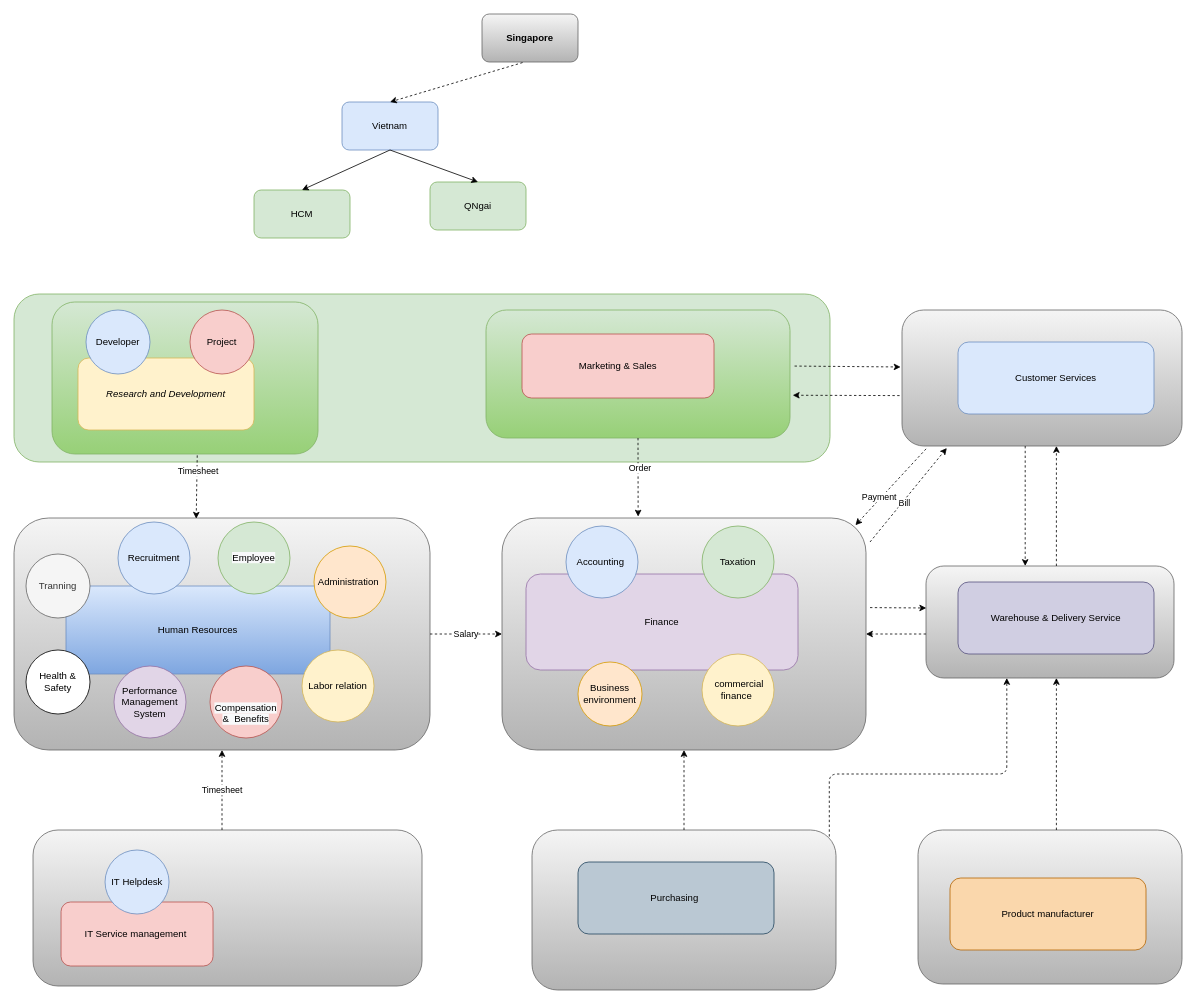
letrthong/business keeps this draw.io diagram as page "Org_Chart" (1 of 3) of 04_docs/Department_Organizational_chart.drawio. Above is the earlier version. Source tidied: cells renumbered, new cells numbered last; positions are measured from the earlier drawing's top-left corner, leaving out a move shared by most shapes. Both pictures are drawn from the tidied source at 80%, with x=0, y=0 at pixel (14, 14).
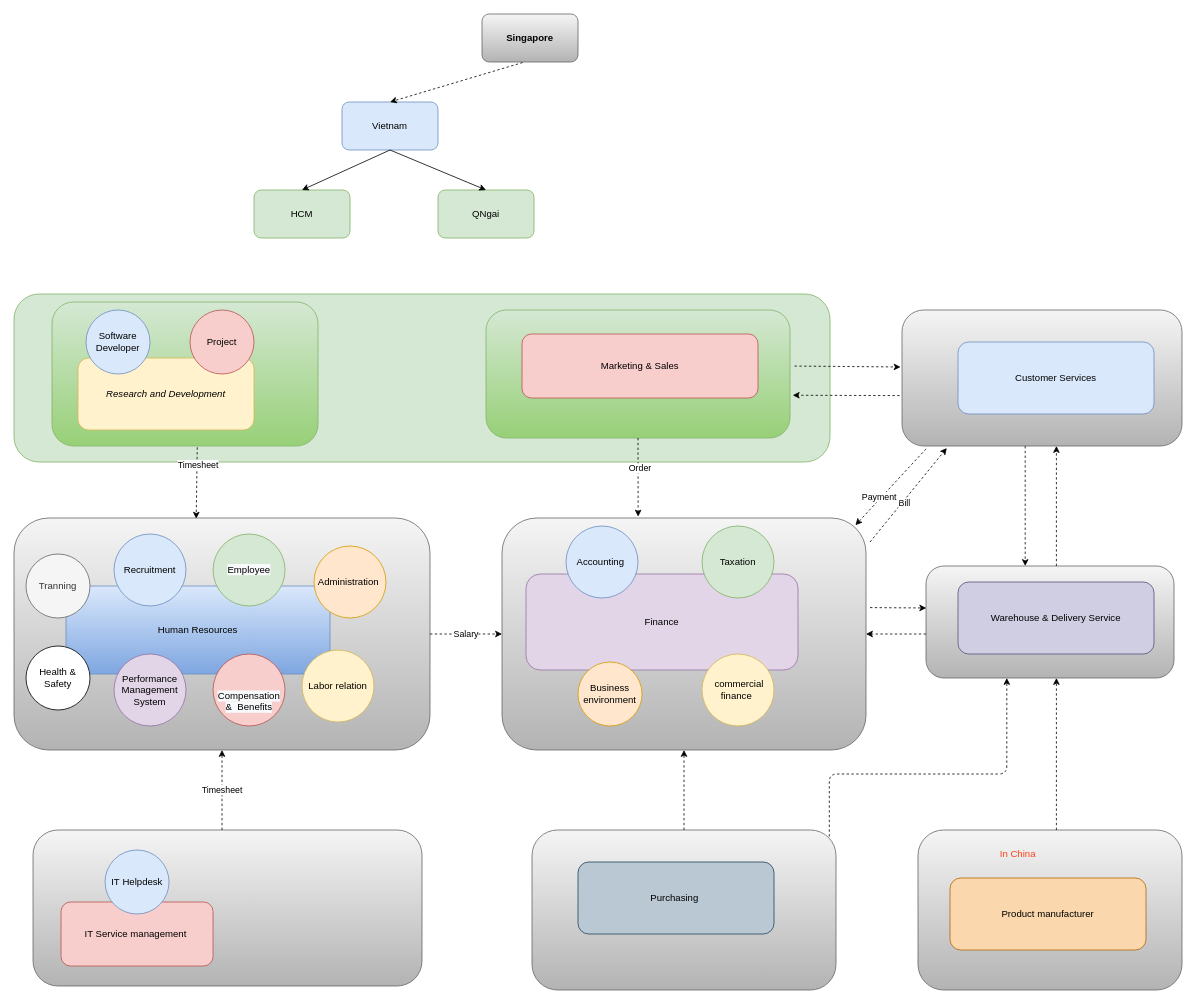
The same page after the edit.

Change to the diagram source:
```diff
@@
     <mxCell id="3" style="rounded=1;whiteSpace=wrap;html=1;gradientColor=#b3b3b3;fillColor=#f5f5f5;strokeColor=#666666;arcSize=16;" parent="1" vertex="1">
-      <mxGeometry x="1130" y="1020" width="330" height="192.5" as="geometry" />
+      <mxGeometry x="1130" y="1020" width="330" height="200" as="geometry" />
     </mxCell>
@@
     <mxCell id="9" style="rounded=1;whiteSpace=wrap;html=1;gradientColor=#97d077;fillColor=#d5e8d4;strokeColor=#82b366;" parent="1" vertex="1">
-      <mxGeometry x="47.5" y="360" width="332.5" height="190" as="geometry" />
+      <mxGeometry x="47.5" y="360" width="332.5" height="180" as="geometry" />
     </mxCell>
@@
     <mxCell id="13" value="QNgai" style="rounded=1;whiteSpace=wrap;html=1;fillColor=#d5e8d4;strokeColor=#82b366;" parent="1" vertex="1">
-      <mxGeometry x="520" y="210" width="120" height="60" as="geometry" />
+      <mxGeometry x="530" y="220" width="120" height="60" as="geometry" />
     </mxCell>
@@
     <mxCell id="21" value="Marketing &amp;amp; Sales" style="rounded=1;whiteSpace=wrap;html=1;fillColor=#f8cecc;strokeColor=#b85450;" parent="1" vertex="1">
-      <mxGeometry x="635" y="400" width="240" height="80" as="geometry" />
+      <mxGeometry x="635" y="400" width="295" height="80" as="geometry" />
     </mxCell>
@@
     <mxCell id="23" value="&lt;span&gt;Recruitment&lt;/span&gt;" style="ellipse;whiteSpace=wrap;html=1;fillColor=#dae8fc;strokeColor=#6c8ebf;" parent="1" vertex="1">
-      <mxGeometry x="130" y="635" width="90" height="90" as="geometry" />
+      <mxGeometry x="125" y="650" width="90" height="90" as="geometry" />
     </mxCell>
     <mxCell id="24" value="&#10;&#10;&lt;span style=&quot;color: rgb(0, 0, 0); font-family: helvetica; font-size: 12px; font-style: normal; font-weight: 400; letter-spacing: normal; text-align: center; text-indent: 0px; text-transform: none; word-spacing: 0px; background-color: rgb(248, 249, 250); display: inline; float: none;&quot;&gt;Employee&lt;/span&gt;&#10;&#10;" style="ellipse;whiteSpace=wrap;html=1;fillColor=#d5e8d4;strokeColor=#82b366;" parent="1" vertex="1">
-      <mxGeometry x="255" y="635" width="90" height="90" as="geometry" />
+      <mxGeometry x="248.8" y="650" width="90" height="90" as="geometry" />
     </mxCell>
     <mxCell id="25" value="Health &amp;amp; Safety" style="ellipse;whiteSpace=wrap;html=1;" parent="1" vertex="1">
-      <mxGeometry x="15" y="795" width="80" height="80" as="geometry" />
+      <mxGeometry x="15" y="790" width="80" height="80" as="geometry" />
     </mxCell>
     <mxCell id="26" value="Performance Management System" style="ellipse;whiteSpace=wrap;html=1;fillColor=#e1d5e7;strokeColor=#9673a6;" parent="1" vertex="1">
-      <mxGeometry x="125" y="815" width="90" height="90" as="geometry" />
+      <mxGeometry x="125" y="800" width="90" height="90" as="geometry" />
     </mxCell>
@@
     <mxCell id="29" value="&lt;br&gt;&lt;br&gt;&lt;span style=&quot;color: rgb(0 , 0 , 0) ; font-family: &amp;#34;helvetica&amp;#34; ; font-size: 12px ; font-style: normal ; font-weight: 400 ; letter-spacing: normal ; text-align: center ; text-indent: 0px ; text-transform: none ; word-spacing: 0px ; background-color: rgb(248 , 249 , 250) ; display: inline ; float: none&quot;&gt;Compensation &amp;amp;&amp;nbsp; Benefits&lt;/span&gt;" style="ellipse;whiteSpace=wrap;html=1;fillColor=#f8cecc;strokeColor=#b85450;" parent="1" vertex="1">
-      <mxGeometry x="245" y="815" width="90" height="90" as="geometry" />
+      <mxGeometry x="248.8" y="800" width="90" height="90" as="geometry" />
     </mxCell>
@@
-    <mxCell id="34" value="&lt;span&gt;Developer&lt;/span&gt;" style="ellipse;whiteSpace=wrap;html=1;fillColor=#dae8fc;strokeColor=#6c8ebf;" parent="1" vertex="1">
+    <mxCell id="34" value="&lt;span&gt;Software Developer&lt;/span&gt;" style="ellipse;whiteSpace=wrap;html=1;fillColor=#dae8fc;strokeColor=#6c8ebf;" parent="1" vertex="1">
       <mxGeometry x="90" y="370" width="80" height="80" as="geometry" />
     </mxCell>
@@
+    <mxCell id="62" value="&lt;font color=&quot;#ff4019&quot;&gt;In China&lt;/font&gt;" style="text;html=1;strokeColor=none;fillColor=none;align=center;verticalAlign=middle;whiteSpace=wrap;rounded=0;" parent="1" vertex="1">
+      <mxGeometry x="1210" y="1040" width="90" height="20" as="geometry" />
+    </mxCell>
```
